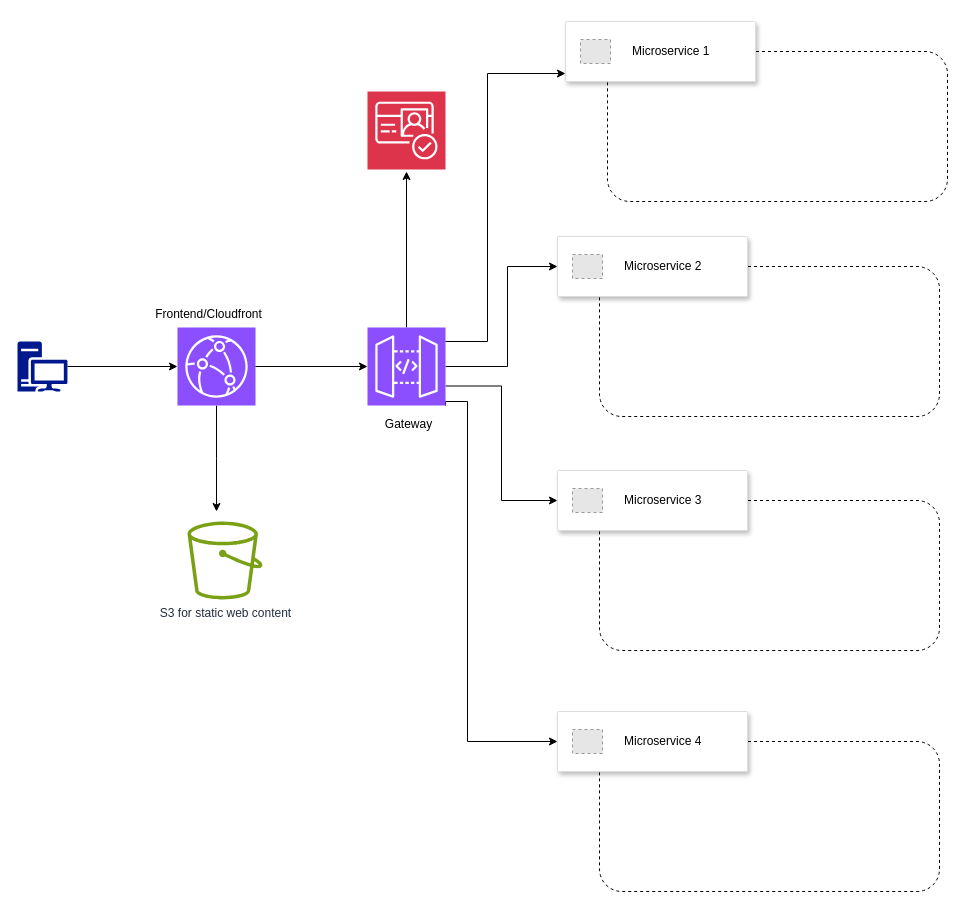
Before: AIWebsite.drawio in JanithRavisanka/AIWebsiteDiagram, a draw.io diagram. Source tidied: cells renumbered, new cells numbered last; positions are measured from the earlier drawing's top-left corner, leaving out a move shared by most shapes. Both pictures are drawn from the tidied source at 100%, with x=0, y=0 at pixel (17, 21). Pictures stored in the file or linked from it are replaced by grey dashed boxes.
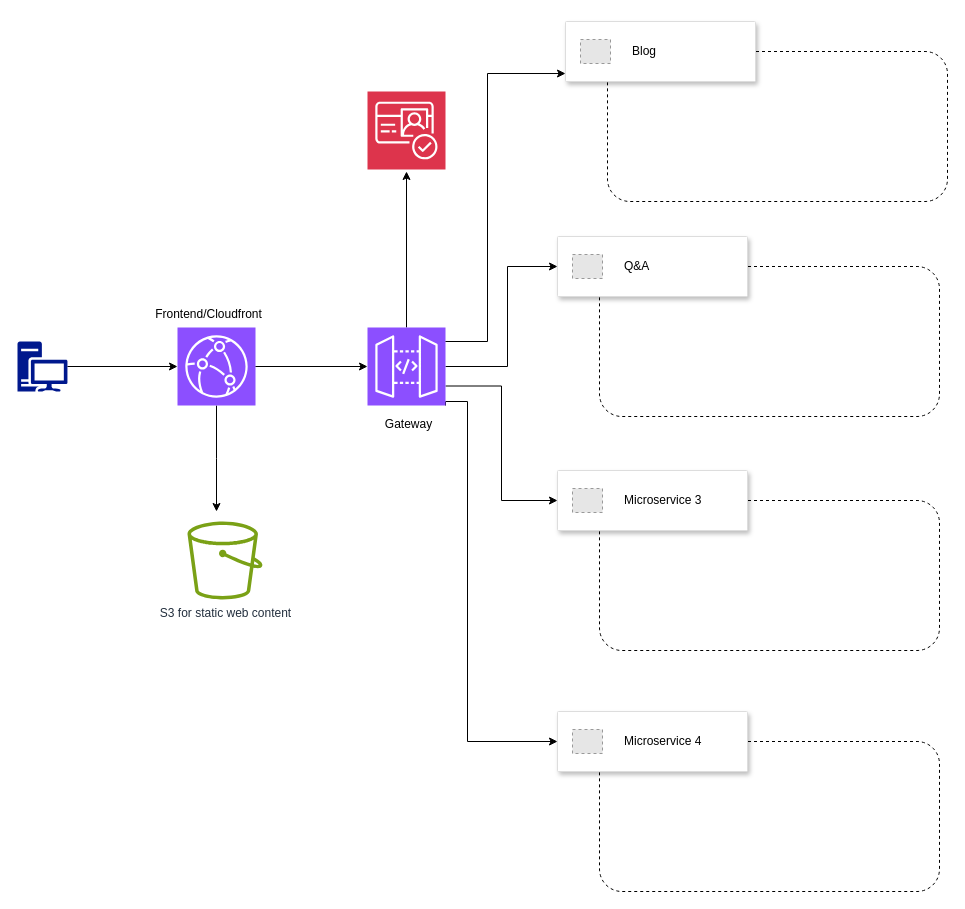
Above is the later version.

The change refers to these unchanged cells:
```xml
<mxCell id="13" style="strokeColor=#dddddd;shadow=1;strokeWidth=1;rounded=1;absoluteArcSize=1;arcSize=2;" parent="1" vertex="1">
  <mxGeometry x="548" width="190" height="60" as="geometry" />
</mxCell>
<mxCell id="16" style="strokeColor=#dddddd;shadow=1;strokeWidth=1;rounded=1;absoluteArcSize=1;arcSize=2;" parent="1" vertex="1">
  <mxGeometry x="540" y="215" width="190" height="60" as="geometry" />
</mxCell>
```

What changed in the source:
```diff
@@
-    <mxCell id="14" value="&lt;font color=&quot;#000000&quot;&gt;&lt;span style=&quot;caret-color: rgb(0, 0, 0);&quot;&gt;Microservice 1&lt;/span&gt;&lt;/font&gt;" style="fillColor=#E6E6E6;strokeColor=#999999;dashed=1;html=1;fontColor=#999999;verticalLabelPosition=middle;verticalAlign=middle;labelPosition=right;align=left;spacingLeft=20;" parent="13" vertex="1">
+    <mxCell id="14" value="&lt;font color=&quot;#000000&quot;&gt;&lt;span style=&quot;caret-color: rgb(0, 0, 0);&quot;&gt;Blog&lt;/span&gt;&lt;/font&gt;" style="fillColor=#E6E6E6;strokeColor=#999999;dashed=1;html=1;fontColor=#999999;verticalLabelPosition=middle;verticalAlign=middle;labelPosition=right;align=left;spacingLeft=20;" parent="13" vertex="1">
       <mxGeometry width="30" height="24" relative="1" as="geometry">
         <mxPoint x="15" y="18" as="offset" />
       </mxGeometry>
     </mxCell>
@@
-    <mxCell id="17" value="&lt;span style=&quot;caret-color: rgb(0, 0, 0); color: rgb(0, 0, 0);&quot;&gt;Microservice 2&lt;/span&gt;" style="fillColor=#E6E6E6;strokeColor=#999999;dashed=1;html=1;fontColor=#999999;verticalLabelPosition=middle;verticalAlign=middle;labelPosition=right;align=left;spacingLeft=20;" parent="16" vertex="1">
+    <mxCell id="17" value="&lt;span style=&quot;caret-color: rgb(0, 0, 0); color: rgb(0, 0, 0);&quot;&gt;Q&amp;amp;A&lt;/span&gt;" style="fillColor=#E6E6E6;strokeColor=#999999;dashed=1;html=1;fontColor=#999999;verticalLabelPosition=middle;verticalAlign=middle;labelPosition=right;align=left;spacingLeft=20;" parent="16" vertex="1">
       <mxGeometry width="30" height="24" relative="1" as="geometry">
         <mxPoint x="15" y="18" as="offset" />
       </mxGeometry>
     </mxCell>
```
